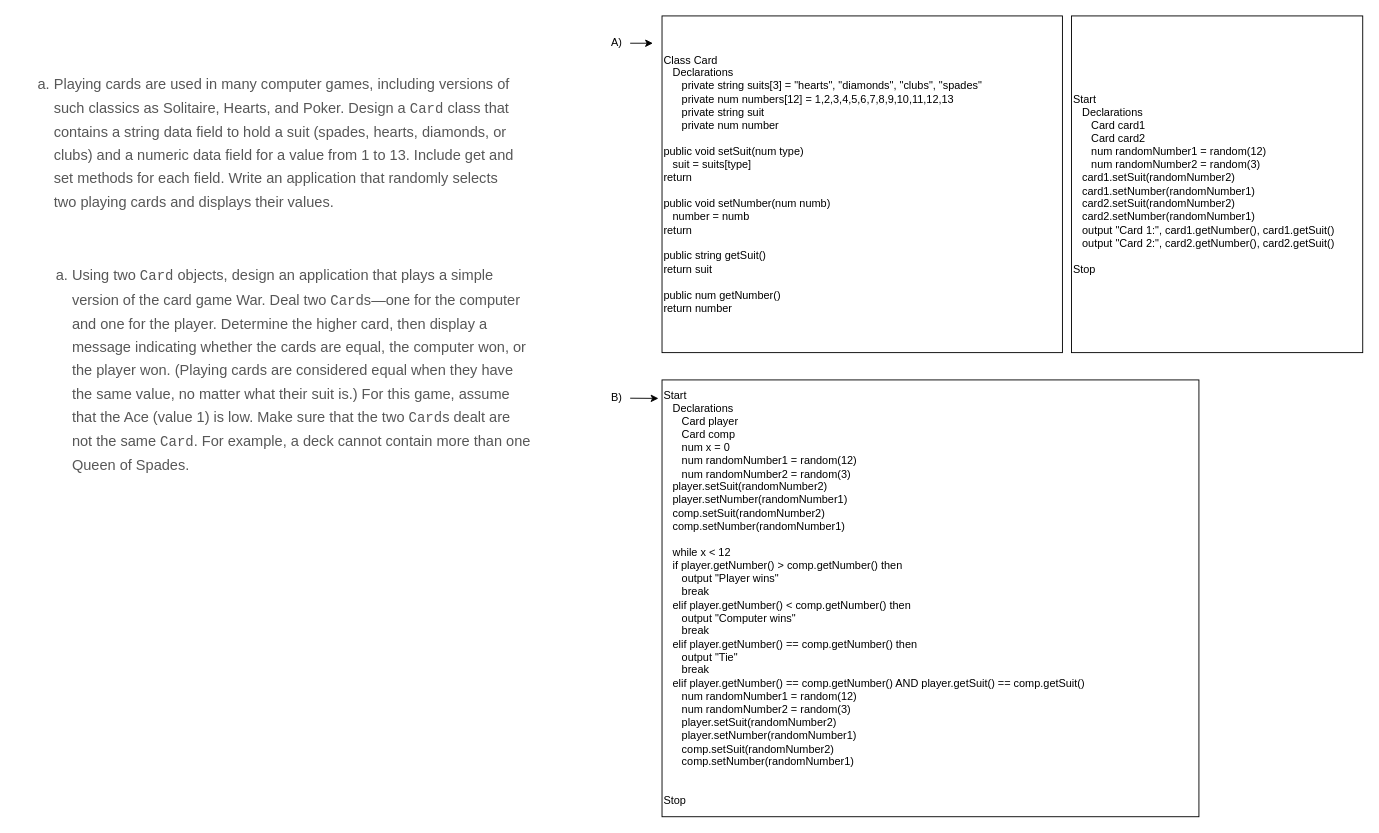
The draw.io diagram Problem Solving/cardClass.drawio in sweetrellish/python_work1, before the edit. Source tidied: cells renumbered, new cells numbered last; positions are measured from the earlier drawing's top-left corner, leaving out a move shared by most shapes. Both pictures are drawn from the tidied source at 91%, with x=0, y=0 at pixel (15, 15).
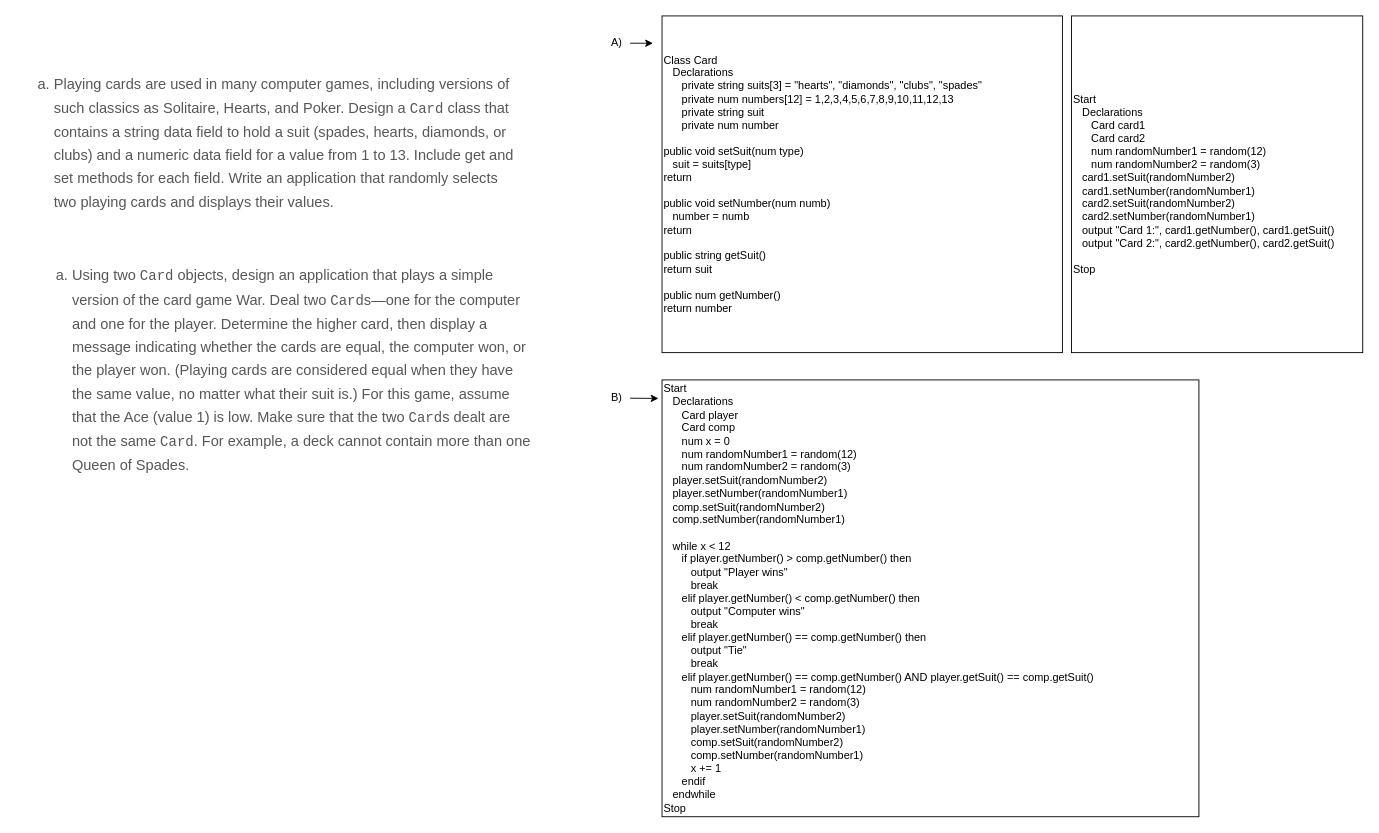
Above is the later version.

Diff of the diagram source:
```diff
@@
 <mxGraphModel>
   <root>
     <mxCell id="0" />
     <mxCell id="1" parent="0" />
     <mxCell id="2" value="&lt;ol id=&quot;EMHMWY8PGH2FSEJ0B737&quot; class=&quot;latin mtsubitem&quot; style=&quot;box-sizing: border-box; line-height: 1.8; color: rgb(87, 87, 87); padding: 0px 0px 0px 40px; clear: left; margin: 6px 0px; list-style-type: lower-latin; font-size: 16px; font-style: normal; font-weight: 400; letter-spacing: normal; text-align: left; text-indent: 0px; text-transform: none; word-spacing: 0px; background-color: rgb(255, 255, 255);&quot;&gt;&lt;li id=&quot;HBYQU25U1J0DE0ZSU589&quot; style=&quot;box-sizing: border-box ; font-family: , &amp;quot;cambria&amp;quot; , &amp;quot;times new roman&amp;quot; , &amp;quot;times&amp;quot; , serif ; line-height: 1.6 ; color: rgb(87 , 87 , 87) ; margin: 0px 0px 10px ; padding: 0px ; list-style: lower-latin&quot;&gt;&lt;p id=&quot;TVUUEE5KCLW8DT744526&quot; style=&quot;box-sizing: border-box ; font-family: , &amp;quot;cambria&amp;quot; , &amp;quot;times new roman&amp;quot; , &amp;quot;times&amp;quot; , serif ; line-height: 1.6 ; color: rgb(87 , 87 , 87) ; margin: 0px ; padding: 0px&quot;&gt;Playing cards are used in many computer games, including versions of such classics as Solitaire, Hearts, and Poker. Design a&lt;span&gt;&amp;nbsp;&lt;/span&gt;&lt;span class=&quot;monofont&quot; style=&quot;box-sizing: border-box ; font-family: &amp;quot;andale mono&amp;quot; , &amp;quot;courier new&amp;quot; , &amp;quot;courier&amp;quot; ; font-size: 15.36px&quot;&gt;Card&lt;/span&gt;&lt;span&gt;&amp;nbsp;&lt;/span&gt;class that contains a string data field to hold a suit (spades, hearts, diamonds, or clubs) and a numeric data field for a value from 1 to 13. Include get and set methods for each field. Write an application that randomly selects two playing cards and displays their values.&lt;/p&gt;&lt;/li&gt;&lt;/ol&gt;" style="text;whiteSpace=wrap;html=1;" parent="1" vertex="1">
       <mxGeometry y="50" width="550" height="210" as="geometry" />
     </mxCell>
     <mxCell id="3" value="&lt;ol id=&quot;EMHMWY8PGH2FSEJ0B737&quot; class=&quot;latin mtsubitem&quot; style=&quot;box-sizing: border-box; line-height: 1.8; color: rgb(87, 87, 87); padding: 0px 0px 0px 40px; clear: left; margin: 6px 0px; list-style-type: lower-latin; font-size: 16px; font-style: normal; font-weight: 400; letter-spacing: normal; text-align: left; text-indent: 0px; text-transform: none; word-spacing: 0px; background-color: rgb(255, 255, 255);&quot;&gt;&lt;li id=&quot;LYMQVJCHEQ1TFV5DW320&quot; style=&quot;box-sizing: border-box ; font-family: , &amp;quot;cambria&amp;quot; , &amp;quot;times new roman&amp;quot; , &amp;quot;times&amp;quot; , serif ; line-height: 1.6 ; color: rgb(87 , 87 , 87) ; margin: 0px 0px 10px ; padding: 0px ; list-style: lower-latin&quot;&gt;&lt;p id=&quot;YCKQYSR4CP1SGVBZ4124&quot; style=&quot;box-sizing: border-box ; font-family: , &amp;quot;cambria&amp;quot; , &amp;quot;times new roman&amp;quot; , &amp;quot;times&amp;quot; , serif ; line-height: 1.6 ; color: rgb(87 , 87 , 87) ; margin: 0px ; padding: 0px&quot;&gt;Using two&lt;span&gt;&amp;nbsp;&lt;/span&gt;&lt;span class=&quot;monofont&quot; style=&quot;box-sizing: border-box ; font-family: &amp;quot;andale mono&amp;quot; , &amp;quot;courier new&amp;quot; , &amp;quot;courier&amp;quot; ; font-size: 15.36px&quot;&gt;Card&lt;/span&gt;&lt;span&gt;&amp;nbsp;&lt;/span&gt;objects, design an application that plays a simple version of the card game War. Deal two&lt;span&gt;&amp;nbsp;&lt;/span&gt;&lt;span class=&quot;monofont&quot; style=&quot;box-sizing: border-box ; font-family: &amp;quot;andale mono&amp;quot; , &amp;quot;courier new&amp;quot; , &amp;quot;courier&amp;quot; ; font-size: 15.36px&quot;&gt;Card&lt;/span&gt;s—one for the computer and one for the player. Determine the higher card, then display a message indicating whether the cards are equal, the computer won, or the player won. (Playing cards are considered equal when they have the same value, no matter what their suit is.) For this game, assume that the Ace (value 1) is low. Make sure that the two&lt;span&gt;&amp;nbsp;&lt;/span&gt;&lt;span class=&quot;monofont&quot; style=&quot;box-sizing: border-box ; font-family: &amp;quot;andale mono&amp;quot; , &amp;quot;courier new&amp;quot; , &amp;quot;courier&amp;quot; ; font-size: 15.36px&quot;&gt;Card&lt;/span&gt;s dealt are not the same&lt;span&gt;&amp;nbsp;&lt;/span&gt;&lt;span class=&quot;monofont&quot; style=&quot;box-sizing: border-box ; font-family: &amp;quot;andale mono&amp;quot; , &amp;quot;courier new&amp;quot; , &amp;quot;courier&amp;quot; ; font-size: 15.36px&quot;&gt;Card&lt;/span&gt;. For example, a deck cannot contain more than one Queen of Spades.&lt;/p&gt;&lt;/li&gt;&lt;/ol&gt;" style="text;whiteSpace=wrap;html=1;" parent="1" vertex="1">
       <mxGeometry x="20" y="260" width="550" height="260" as="geometry" />
     </mxCell>
     <mxCell id="4" style="edgeStyle=none;html=1;" parent="1" edge="1" source="5">
       <mxGeometry relative="1" as="geometry">
         <mxPoint x="700" y="30" as="targetPoint" />
       </mxGeometry>
     </mxCell>
     <mxCell id="5" value="A)" style="text;html=1;align=center;verticalAlign=middle;points=[];strokeColor=none;fillColor=none;" parent="1" vertex="1">
       <mxGeometry x="645" y="20" width="30" height="20" as="geometry" />
     </mxCell>
     <mxCell id="6" value="Class Card&lt;br&gt;&amp;nbsp; &amp;nbsp;Declarations&lt;br&gt;&amp;nbsp; &amp;nbsp; &amp;nbsp; private string suits[3] = &quot;hearts&quot;, &quot;diamonds&quot;, &quot;clubs&quot;, &quot;spades&quot;&lt;br&gt;&amp;nbsp; &amp;nbsp; &amp;nbsp; private num numbers[12] = 1,2,3,4,5,6,7,8,9,10,11,12,13&lt;br&gt;&amp;nbsp; &amp;nbsp; &amp;nbsp; private string suit&lt;br&gt;&amp;nbsp; &amp;nbsp; &amp;nbsp; private num number&lt;br&gt;&lt;br&gt;public void setSuit(num type)&lt;br&gt;&amp;nbsp; &amp;nbsp;suit = suits[type]&lt;br&gt;return&amp;nbsp;&lt;br&gt;&lt;br&gt;public void setNumber(num numb)&lt;br&gt;&amp;nbsp; &amp;nbsp;number = numb&lt;br&gt;return&lt;br&gt;&lt;br&gt;public string getSuit()&lt;br&gt;return suit&lt;br&gt;&lt;br&gt;public num getNumber()&lt;br&gt;return number" style="whiteSpace=wrap;html=1;align=left;" parent="1" vertex="1">
       <mxGeometry x="710" width="440" height="370" as="geometry" />
     </mxCell>
     <mxCell id="7" style="edgeStyle=none;html=1;entryX=-0.015;entryY=0.101;entryDx=0;entryDy=0;entryPerimeter=0;" parent="1" edge="1" source="8">
       <mxGeometry relative="1" as="geometry">
         <mxPoint x="706.1" y="420.3" as="targetPoint" />
       </mxGeometry>
     </mxCell>
     <mxCell id="8" value="B)" style="text;html=1;align=center;verticalAlign=middle;points=[];strokeColor=none;fillColor=none;" parent="1" vertex="1">
       <mxGeometry x="645" y="410" width="30" height="20" as="geometry" />
     </mxCell>
     <mxCell id="9" value="Start&lt;br&gt;&amp;nbsp; &amp;nbsp;Declarations&lt;br&gt;&amp;nbsp; &amp;nbsp; &amp;nbsp; Card card1&lt;br&gt;&amp;nbsp; &amp;nbsp; &amp;nbsp; Card card2&lt;br&gt;&amp;nbsp; &amp;nbsp; &amp;nbsp; num randomNumber1 = random(12)&lt;br&gt;&amp;nbsp; &amp;nbsp; &amp;nbsp; num randomNumber2 = random(3)&lt;br&gt;&amp;nbsp; &amp;nbsp;card1.setSuit(randomNumber2)&lt;br&gt;&amp;nbsp; &amp;nbsp;card1.setNumber(randomNumber1)&lt;br&gt;&amp;nbsp; &amp;nbsp;card2.setSuit(randomNumber2)&lt;br&gt;&amp;nbsp; &amp;nbsp;card2.setNumber(randomNumber1)&lt;br&gt;&amp;nbsp; &amp;nbsp;output &quot;Card 1:&quot;, card1.getNumber(), card1.getSuit()&lt;br&gt;&amp;nbsp; &amp;nbsp;output &quot;Card 2:&quot;, card2.getNumber(), card2.getSuit()&lt;br&gt;&lt;br&gt;Stop" style="whiteSpace=wrap;html=1;align=left;" parent="1" vertex="1">
       <mxGeometry x="1160" width="320" height="370" as="geometry" />
     </mxCell>
-    <mxCell id="10" value="Start&lt;br&gt;&amp;nbsp; &amp;nbsp;Declarations&lt;br&gt;&amp;nbsp; &amp;nbsp; &amp;nbsp; Card player&lt;br&gt;&amp;nbsp; &amp;nbsp; &amp;nbsp; Card comp&lt;br&gt;&amp;nbsp; &amp;nbsp; &amp;nbsp; num x = 0&lt;br&gt;&amp;nbsp; &amp;nbsp; &amp;nbsp; num randomNumber1 = random(12)&lt;br&gt;&amp;nbsp; &amp;nbsp; &amp;nbsp; num randomNumber2 = random(3)&lt;br&gt;&amp;nbsp; &amp;nbsp;player.setSuit(randomNumber2)&lt;br&gt;&amp;nbsp; &amp;nbsp;player.setNumber(randomNumber1)&lt;br&gt;&amp;nbsp; &amp;nbsp;comp.setSuit(randomNumber2)&lt;br&gt;&amp;nbsp; &amp;nbsp;comp.setNumber(randomNumber1)&lt;br&gt;&lt;br&gt;&amp;nbsp; &amp;nbsp;while x &amp;lt; 12&lt;br&gt;&amp;nbsp; &amp;nbsp;if player.getNumber() &amp;gt; comp.getNumber() then&lt;br&gt;&amp;nbsp; &amp;nbsp; &amp;nbsp; output &quot;Player wins&quot;&lt;br&gt;&amp;nbsp; &amp;nbsp; &amp;nbsp; break&lt;br&gt;&amp;nbsp; &amp;nbsp;elif player.getNumber() &amp;lt; comp.getNumber() then&lt;br&gt;&amp;nbsp; &amp;nbsp; &amp;nbsp; output &quot;Computer wins&quot;&lt;br&gt;&amp;nbsp; &amp;nbsp; &amp;nbsp; break&lt;br&gt;&amp;nbsp; &amp;nbsp;elif player.getNumber() == comp.getNumber() then&lt;br&gt;&amp;nbsp; &amp;nbsp; &amp;nbsp; output &quot;Tie&quot;&lt;br&gt;&amp;nbsp; &amp;nbsp; &amp;nbsp; break&lt;br&gt;&amp;nbsp; &amp;nbsp;elif player.getNumber() == comp.getNumber() AND player.getSuit() == comp.getSuit()&lt;br&gt;&amp;nbsp; &amp;nbsp; &amp;nbsp; num randomNumber1 = random(12)&lt;br&gt;&amp;nbsp; &amp;nbsp; &amp;nbsp; num randomNumber2 = random(3)&lt;br&gt;&amp;nbsp; &amp;nbsp; &amp;nbsp; player.setSuit(randomNumber2)&lt;br&gt;&amp;nbsp; &amp;nbsp; &amp;nbsp; player.setNumber(randomNumber1)&lt;br&gt;&amp;nbsp; &amp;nbsp; &amp;nbsp; comp.setSuit(randomNumber2)&lt;br&gt;&amp;nbsp; &amp;nbsp; &amp;nbsp; comp.setNumber(randomNumber1)&lt;br&gt;&amp;nbsp; &amp;nbsp;&lt;br&gt;&lt;br&gt;Stop" style="whiteSpace=wrap;html=1;align=left;" parent="1" vertex="1">
+    <mxCell id="10" value="Start&lt;br&gt;&amp;nbsp; &amp;nbsp;Declarations&lt;br&gt;&amp;nbsp; &amp;nbsp; &amp;nbsp; Card player&lt;br&gt;&amp;nbsp; &amp;nbsp; &amp;nbsp; Card comp&lt;br&gt;&amp;nbsp; &amp;nbsp; &amp;nbsp; num x = 0&lt;br&gt;&amp;nbsp; &amp;nbsp; &amp;nbsp; num randomNumber1 = random(12)&lt;br&gt;&amp;nbsp; &amp;nbsp; &amp;nbsp; num randomNumber2 = random(3)&lt;br&gt;&amp;nbsp; &amp;nbsp;player.setSuit(randomNumber2)&lt;br&gt;&amp;nbsp; &amp;nbsp;player.setNumber(randomNumber1)&lt;br&gt;&amp;nbsp; &amp;nbsp;comp.setSuit(randomNumber2)&lt;br&gt;&amp;nbsp; &amp;nbsp;comp.setNumber(randomNumber1)&lt;br&gt;&lt;br&gt;&amp;nbsp; &amp;nbsp;while x &amp;lt; 12&lt;br&gt;&amp;nbsp; &amp;nbsp; &amp;nbsp; if player.getNumber() &amp;gt; comp.getNumber() then&lt;br&gt;&amp;nbsp; &amp;nbsp; &amp;nbsp; &amp;nbsp; &amp;nbsp;output &quot;Player wins&quot;&lt;br&gt;&amp;nbsp; &amp;nbsp; &amp;nbsp; &amp;nbsp; &amp;nbsp;break&lt;br&gt;&amp;nbsp; &amp;nbsp; &amp;nbsp; elif player.getNumber() &amp;lt; comp.getNumber() then&lt;br&gt;&amp;nbsp; &amp;nbsp; &amp;nbsp; &amp;nbsp; &amp;nbsp;output &quot;Computer wins&quot;&lt;br&gt;&amp;nbsp; &amp;nbsp; &amp;nbsp; &amp;nbsp; &amp;nbsp;break&lt;br&gt;&amp;nbsp; &amp;nbsp; &amp;nbsp; elif player.getNumber() == comp.getNumber() then&lt;br&gt;&amp;nbsp; &amp;nbsp; &amp;nbsp; &amp;nbsp; &amp;nbsp;output &quot;Tie&quot;&lt;br&gt;&amp;nbsp; &amp;nbsp; &amp;nbsp; &amp;nbsp; &amp;nbsp;break&lt;br&gt;&amp;nbsp; &amp;nbsp; &amp;nbsp; elif player.getNumber() == comp.getNumber() AND player.getSuit() == comp.getSuit()&lt;br&gt;&amp;nbsp; &amp;nbsp; &amp;nbsp; &amp;nbsp; &amp;nbsp;num randomNumber1 = random(12)&lt;br&gt;&amp;nbsp; &amp;nbsp; &amp;nbsp; &amp;nbsp; &amp;nbsp;num randomNumber2 = random(3)&lt;br&gt;&amp;nbsp; &amp;nbsp; &amp;nbsp; &amp;nbsp; &amp;nbsp;player.setSuit(randomNumber2)&lt;br&gt;&amp;nbsp; &amp;nbsp; &amp;nbsp; &amp;nbsp; &amp;nbsp;player.setNumber(randomNumber1)&lt;br&gt;&amp;nbsp; &amp;nbsp; &amp;nbsp; &amp;nbsp; &amp;nbsp;comp.setSuit(randomNumber2)&lt;br&gt;&amp;nbsp; &amp;nbsp; &amp;nbsp; &amp;nbsp; &amp;nbsp;comp.setNumber(randomNumber1)&lt;br&gt;&amp;nbsp; &amp;nbsp; &amp;nbsp; &amp;nbsp; &amp;nbsp;x += 1&lt;br&gt;&amp;nbsp; &amp;nbsp; &amp;nbsp; endif&lt;br&gt;&amp;nbsp; &amp;nbsp;endwhile&lt;br&gt;Stop" style="whiteSpace=wrap;html=1;align=left;" parent="1" vertex="1">
       <mxGeometry x="710" y="400" width="590" height="480" as="geometry" />
     </mxCell>
   </root>
 </mxGraphModel>
```
